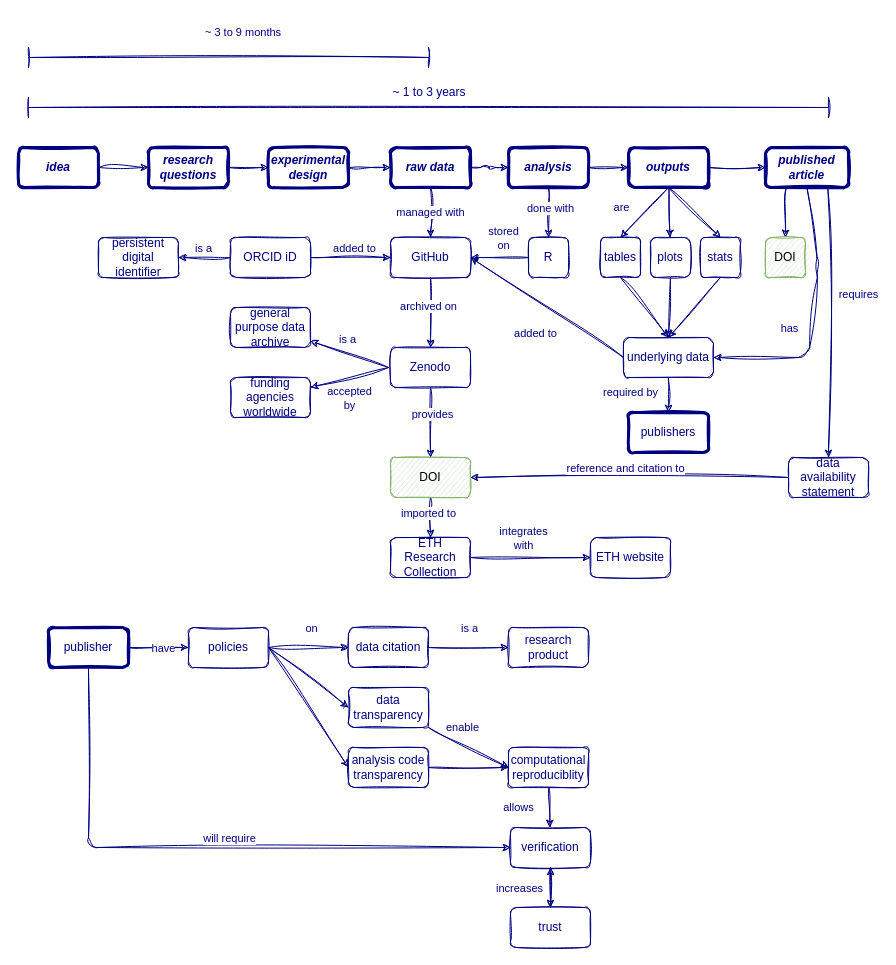
Earlier version of the draw.io diagram ghe-rdm-workflow.drawio (Global-Health-Engineering/eth-data-stewardship). Source tidied: cells renumbered, new cells numbered last; positions are measured from the earlier drawing's top-left corner, leaving out a move shared by most shapes. Both pictures are drawn from the tidied source at 100%, with x=0, y=0 at pixel (18, 17).
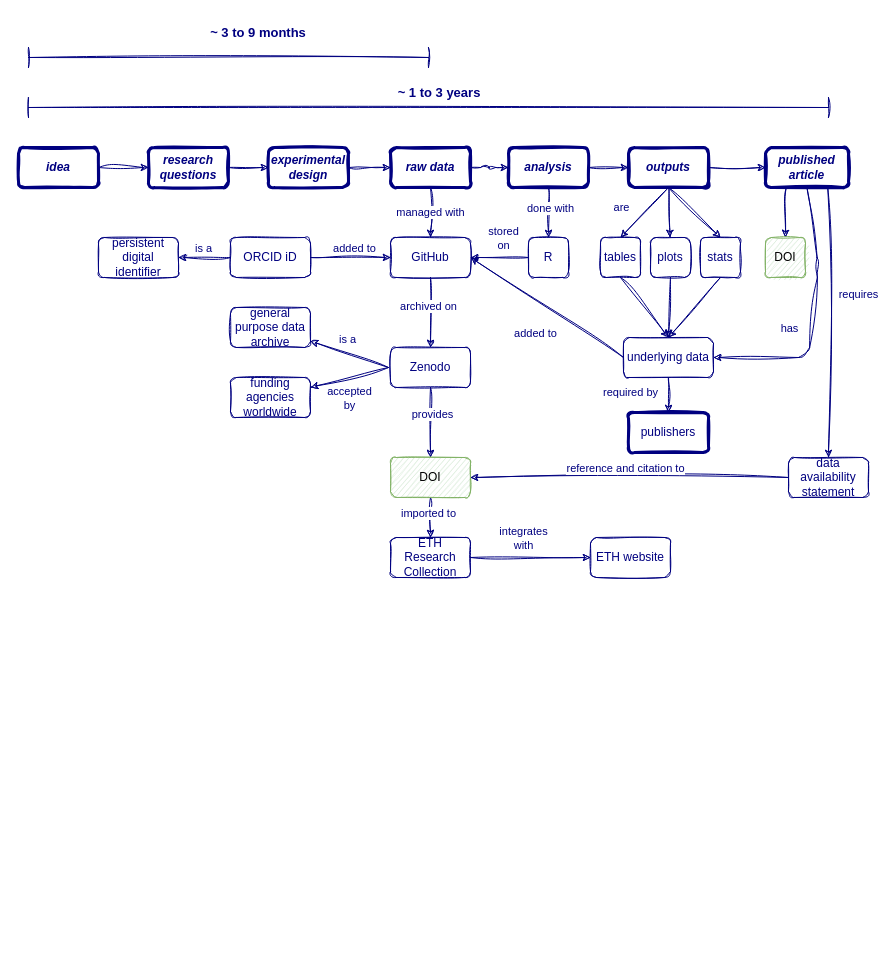
The same page after the edit.

What changed in the source:
```diff
@@
-    <mxCell id="30" value="~ 1 to 3 years" style="text;html=1;strokeColor=none;fillColor=none;align=center;verticalAlign=middle;whiteSpace=wrap;rounded=0;fontSize=12;fontFamily=Helvetica;fontColor=#000080;" parent="1" vertex="1">
-      <mxGeometry x="372" y="60" width="78" height="30" as="geometry" />
+    <mxCell id="30" value="~ 1 to 3 years" style="text;html=1;strokeColor=none;fillColor=none;align=center;verticalAlign=middle;whiteSpace=wrap;rounded=0;fontSize=13;fontFamily=Helvetica;fontColor=#000080;fontStyle=1;" parent="1" vertex="1">
+      <mxGeometry x="372" y="60" width="98" height="30" as="geometry" />
     </mxCell>
-    <mxCell id="31" value="~ 3 to 9 months" style="text;html=1;strokeColor=none;fillColor=none;align=center;verticalAlign=middle;whiteSpace=wrap;rounded=0;fontSize=11;fontFamily=Helvetica;fontColor=#000080;" parent="1" vertex="1">
-      <mxGeometry x="180" width="90" height="30" as="geometry" />
+    <mxCell id="31" value="~ 3 to 9 months" style="text;html=1;strokeColor=none;fillColor=none;align=center;verticalAlign=middle;whiteSpace=wrap;rounded=0;fontSize=13;fontFamily=Helvetica;fontColor=#000080;fontStyle=1;" parent="1" vertex="1">
+      <mxGeometry x="180" width="120" height="30" as="geometry" />
     </mxCell>
@@
-    <mxCell id="75" style="edgeStyle=none;shape=connector;rounded=1;sketch=1;jiggle=2;curveFitting=1;jettySize=auto;html=1;labelBackgroundColor=default;strokeColor=#000080;fontFamily=Helvetica;fontSize=11;fontColor=#000080;endArrow=classic;startSize=5;endSize=5;" parent="1" edge="1" source="79" target="84">
-      <mxGeometry relative="1" as="geometry" />
-    </mxCell>
-    <mxCell id="76" value="have" style="edgeLabel;html=1;align=center;verticalAlign=middle;fontSize=11;fontFamily=Helvetica;fontColor=#000080;" parent="75" vertex="1">
-      <mxGeometry x="0.12" relative="1" as="geometry" />
-    </mxCell>
-    <mxCell id="77" style="edgeStyle=none;shape=connector;rounded=1;sketch=1;jiggle=2;curveFitting=1;jettySize=auto;html=1;entryX=0;entryY=0.5;entryDx=0;entryDy=0;labelBackgroundColor=default;strokeColor=#000080;fontFamily=Helvetica;fontSize=11;fontColor=#000080;endArrow=classic;startSize=5;endSize=5;" parent="1" edge="1" source="79" target="100">
-      <mxGeometry relative="1" as="geometry">
-        <Array as="points">
-          <mxPoint x="70" y="830" />
-        </Array>
-      </mxGeometry>
-    </mxCell>
-    <mxCell id="78" value="will require" style="edgeLabel;html=1;align=center;verticalAlign=middle;fontSize=11;fontFamily=Helvetica;fontColor=#000080;" parent="77" vertex="1">
-      <mxGeometry x="0.04" y="3" relative="1" as="geometry">
-        <mxPoint x="7" y="-7" as="offset" />
-      </mxGeometry>
-    </mxCell>
-    <mxCell id="79" value="publisher" style="rounded=1;whiteSpace=wrap;html=1;strokeWidth=3;fontSize=12;fontFamily=Helvetica;fillColor=none;sketch=1;labelBackgroundColor=none;fontColor=#000080;strokeColor=#000080;" parent="1" vertex="1">
-      <mxGeometry x="30" y="610" width="80" height="40" as="geometry" />
-    </mxCell>
-    <mxCell id="80" style="edgeStyle=none;shape=connector;rounded=1;sketch=1;jiggle=2;curveFitting=1;jettySize=auto;html=1;labelBackgroundColor=default;strokeColor=#000080;fontFamily=Helvetica;fontSize=11;fontColor=#000080;endArrow=classic;startSize=5;endSize=5;" parent="1" edge="1" source="84" target="87">
-      <mxGeometry relative="1" as="geometry" />
-    </mxCell>
-    <mxCell id="81" value="on" style="edgeLabel;html=1;align=center;verticalAlign=middle;fontSize=11;fontFamily=Helvetica;fontColor=#000080;" parent="80" vertex="1">
-      <mxGeometry x="-0.07" y="2" relative="1" as="geometry">
-        <mxPoint x="5" y="-18" as="offset" />
-      </mxGeometry>
-    </mxCell>
-    <mxCell id="82" style="edgeStyle=none;shape=connector;rounded=1;sketch=1;jiggle=2;curveFitting=1;jettySize=auto;html=1;exitX=1;exitY=0.5;exitDx=0;exitDy=0;labelBackgroundColor=default;strokeColor=#000080;fontFamily=Helvetica;fontSize=11;fontColor=#000080;endArrow=classic;startSize=5;endSize=5;entryX=0;entryY=0.5;entryDx=0;entryDy=0;" parent="1" edge="1" source="84" target="90">
-      <mxGeometry relative="1" as="geometry" />
-    </mxCell>
-    <mxCell id="83" style="edgeStyle=none;shape=connector;rounded=1;sketch=1;jiggle=2;curveFitting=1;jettySize=auto;html=1;exitX=1;exitY=0.5;exitDx=0;exitDy=0;entryX=0;entryY=0.5;entryDx=0;entryDy=0;labelBackgroundColor=default;strokeColor=#000080;fontFamily=Helvetica;fontSize=11;fontColor=#000080;endArrow=classic;startSize=5;endSize=5;" parent="1" edge="1" source="84" target="94">
-      <mxGeometry relative="1" as="geometry" />
-    </mxCell>
-    <mxCell id="84" value="policies" style="rounded=1;whiteSpace=wrap;html=1;strokeWidth=1;fontSize=12;fontFamily=Helvetica;fillColor=none;sketch=1;labelBackgroundColor=none;fontColor=#000080;strokeColor=#000080;" parent="1" vertex="1">
-      <mxGeometry x="170" y="610" width="80" height="40" as="geometry" />
-    </mxCell>
-    <mxCell id="85" style="edgeStyle=none;shape=connector;rounded=1;sketch=1;jiggle=2;curveFitting=1;jettySize=auto;html=1;labelBackgroundColor=default;strokeColor=#000080;fontFamily=Helvetica;fontSize=11;fontColor=#000080;endArrow=classic;startSize=5;endSize=5;" parent="1" edge="1" source="87" target="95">
-      <mxGeometry relative="1" as="geometry" />
-    </mxCell>
-    <mxCell id="86" value="is a" style="edgeLabel;html=1;align=center;verticalAlign=middle;fontSize=11;fontFamily=Helvetica;fontColor=#000080;" parent="85" vertex="1">
-      <mxGeometry x="-0.16" y="2" relative="1" as="geometry">
-        <mxPoint x="6" y="-18" as="offset" />
-      </mxGeometry>
-    </mxCell>
-    <mxCell id="87" value="data citation" style="rounded=1;whiteSpace=wrap;html=1;strokeWidth=1;fontSize=12;fontFamily=Helvetica;fillColor=none;sketch=1;labelBackgroundColor=none;fontColor=#000080;strokeColor=#000080;" parent="1" vertex="1">
-      <mxGeometry x="330" y="610" width="80" height="40" as="geometry" />
-    </mxCell>
-    <mxCell id="88" style="edgeStyle=none;shape=connector;rounded=1;sketch=1;jiggle=2;curveFitting=1;jettySize=auto;html=1;labelBackgroundColor=default;strokeColor=#000080;fontFamily=Helvetica;fontSize=11;fontColor=#000080;endArrow=classic;startSize=5;endSize=5;entryX=0;entryY=0.5;entryDx=0;entryDy=0;" parent="1" edge="1" source="90" target="97">
-      <mxGeometry relative="1" as="geometry" />
-    </mxCell>
-    <mxCell id="89" value="enable" style="edgeLabel;html=1;align=center;verticalAlign=middle;fontSize=11;fontFamily=Helvetica;fontColor=#000080;" parent="88" vertex="1">
-      <mxGeometry x="-0.16" relative="1" as="geometry">
-        <mxPoint y="-17" as="offset" />
-      </mxGeometry>
-    </mxCell>
-    <mxCell id="90" value="data transparency" style="rounded=1;whiteSpace=wrap;html=1;strokeWidth=1;fontSize=12;fontFamily=Helvetica;fillColor=none;sketch=1;labelBackgroundColor=none;fontColor=#000080;strokeColor=#000080;" parent="1" vertex="1">
-      <mxGeometry x="330" y="670" width="80" height="40" as="geometry" />
-    </mxCell>
@@
-    <mxCell id="93" style="edgeStyle=none;shape=connector;rounded=1;sketch=1;jiggle=2;curveFitting=1;jettySize=auto;html=1;exitX=1;exitY=0.5;exitDx=0;exitDy=0;entryX=0;entryY=0.5;entryDx=0;entryDy=0;labelBackgroundColor=default;strokeColor=#000080;fontFamily=Helvetica;fontSize=11;fontColor=#000080;endArrow=classic;startSize=5;endSize=5;" parent="1" edge="1" source="94" target="97">
-      <mxGeometry relative="1" as="geometry" />
-    </mxCell>
-    <mxCell id="94" value="analysis code transparency" style="rounded=1;whiteSpace=wrap;html=1;strokeWidth=1;fontSize=12;fontFamily=Helvetica;fillColor=none;sketch=1;labelBackgroundColor=none;fontColor=#000080;strokeColor=#000080;" parent="1" vertex="1">
-      <mxGeometry x="330" y="730" width="80" height="40" as="geometry" />
-    </mxCell>
-    <mxCell id="95" value="research product" style="rounded=1;whiteSpace=wrap;html=1;strokeWidth=1;fontSize=12;fontFamily=Helvetica;fillColor=none;sketch=1;labelBackgroundColor=none;fontColor=#000080;strokeColor=#000080;" parent="1" vertex="1">
-      <mxGeometry x="490" y="610" width="80" height="40" as="geometry" />
-    </mxCell>
-    <mxCell id="96" value="allows" style="edgeStyle=none;shape=connector;rounded=1;sketch=1;jiggle=2;curveFitting=1;jettySize=auto;html=1;labelBackgroundColor=default;strokeColor=#000080;fontFamily=Helvetica;fontSize=11;fontColor=#000080;endArrow=classic;startSize=5;endSize=5;" parent="1" edge="1" source="97" target="100">
-      <mxGeometry x="-0.04" y="-31" relative="1" as="geometry" />
-    </mxCell>
-    <mxCell id="97" value="computational reproduciblity" style="rounded=1;whiteSpace=wrap;html=1;strokeWidth=1;fontSize=12;fontFamily=Helvetica;fillColor=none;sketch=1;labelBackgroundColor=none;fontColor=#000080;strokeColor=#000080;" parent="1" vertex="1">
-      <mxGeometry x="490" y="730" width="80" height="40" as="geometry" />
-    </mxCell>
-    <mxCell id="98" style="edgeStyle=none;shape=connector;rounded=1;sketch=1;jiggle=2;curveFitting=1;jettySize=auto;html=1;labelBackgroundColor=default;strokeColor=#000080;fontFamily=Helvetica;fontSize=11;fontColor=#000080;endArrow=classic;startSize=5;endSize=5;" parent="1" edge="1" source="100" target="102">
-      <mxGeometry relative="1" as="geometry" />
-    </mxCell>
-    <mxCell id="99" value="increases" style="edgeLabel;html=1;align=center;verticalAlign=middle;fontSize=11;fontFamily=Helvetica;fontColor=#000080;" parent="98" vertex="1">
-      <mxGeometry x="-0.32" y="-1" relative="1" as="geometry">
-        <mxPoint x="-31" y="6" as="offset" />
-      </mxGeometry>
-    </mxCell>
-    <mxCell id="100" value="verification" style="rounded=1;whiteSpace=wrap;html=1;strokeWidth=1;fontSize=12;fontFamily=Helvetica;fillColor=none;sketch=1;labelBackgroundColor=none;fontColor=#000080;strokeColor=#000080;" parent="1" vertex="1">
-      <mxGeometry x="492" y="810" width="80" height="40" as="geometry" />
-    </mxCell>
-    <mxCell id="101" style="edgeStyle=none;shape=connector;rounded=1;sketch=1;jiggle=2;curveFitting=1;jettySize=auto;html=1;labelBackgroundColor=default;strokeColor=#000080;fontFamily=Helvetica;fontSize=11;fontColor=#000080;endArrow=classic;startSize=5;endSize=5;" parent="1" edge="1" source="102" target="100">
-      <mxGeometry relative="1" as="geometry" />
-    </mxCell>
-    <mxCell id="102" value="trust" style="rounded=1;whiteSpace=wrap;html=1;strokeWidth=1;fontSize=12;fontFamily=Helvetica;fillColor=none;sketch=1;labelBackgroundColor=none;fontColor=#000080;strokeColor=#000080;" parent="1" vertex="1">
-      <mxGeometry x="492" y="890" width="80" height="40" as="geometry" />
-    </mxCell>
```
